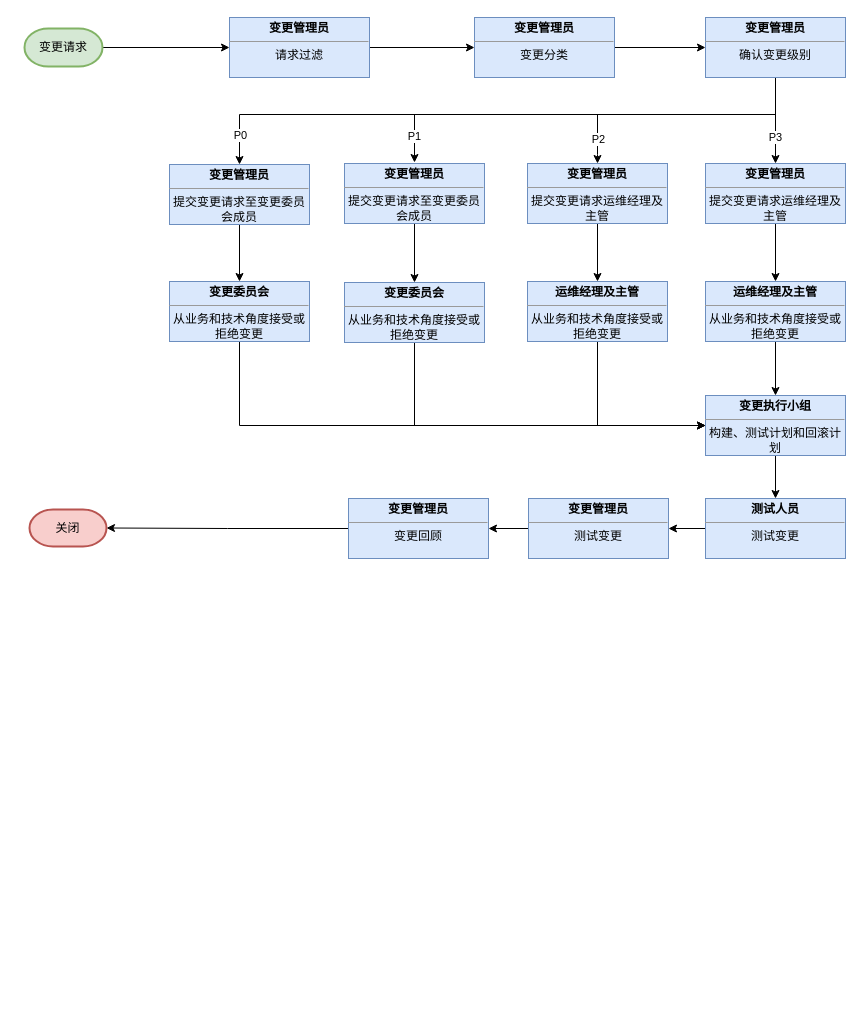
The draw.io diagram 变更.drawio in WilliamWanCN/WilliamWanCN.github.io, before the edit. Source tidied: cells renumbered, new cells numbered last; positions are measured from the earlier drawing's top-left corner, leaving out a move shared by most shapes. Both pictures are drawn from the tidied source at 100%, with x=0, y=0 at pixel (24, 17).
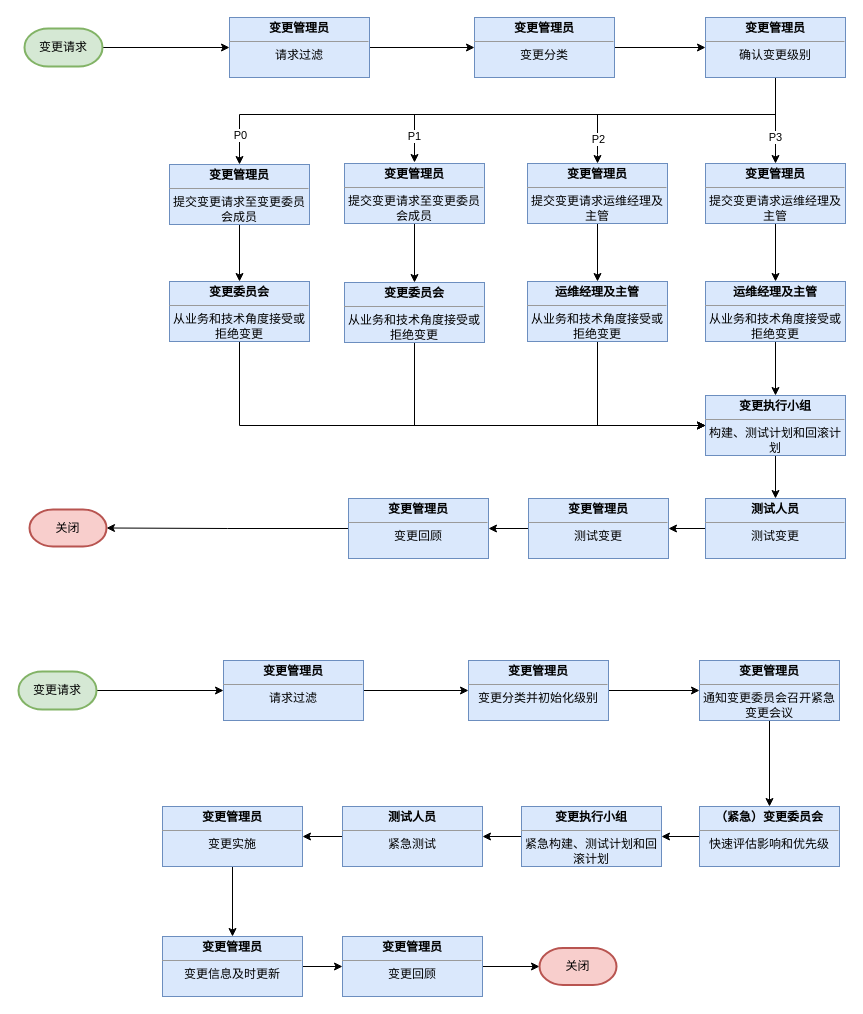
The same page after the edit.

Change to the diagram source:
```diff
@@
+    <mxCell id="42" style="edgeStyle=orthogonalEdgeStyle;rounded=0;jettySize=auto;html=1;exitX=1;exitY=0.5;exitDx=0;exitDy=0;exitPerimeter=0;entryX=0;entryY=0.5;entryDx=0;entryDy=0;" parent="1" edge="1" source="43" target="45">
+      <mxGeometry relative="1" as="geometry" />
+    </mxCell>
+    <mxCell id="43" value="变更请求" style="strokeWidth=2;html=1;shape=mxgraph.flowchart.terminator;whiteSpace=wrap;fillColor=#d5e8d4;strokeColor=#82b366;" parent="1" vertex="1">
+      <mxGeometry x="-6" y="654" width="78" height="38" as="geometry" />
+    </mxCell>
+    <mxCell id="44" style="edgeStyle=orthogonalEdgeStyle;rounded=0;jettySize=auto;html=1;exitX=1;exitY=0.5;exitDx=0;exitDy=0;entryX=0;entryY=0.5;entryDx=0;entryDy=0;" parent="1" edge="1" source="45" target="47">
+      <mxGeometry relative="1" as="geometry" />
+    </mxCell>
+    <mxCell id="45" value="&lt;p style=&quot;margin:0px;margin-top:4px;text-align:center;&quot;&gt;&lt;b&gt;变更管理员&lt;/b&gt;&lt;/p&gt;&lt;hr size=&quot;1&quot;&gt;&lt;div style=&quot;text-align: center; height: 2px;&quot;&gt;请求过滤&lt;/div&gt;" style="verticalAlign=top;align=left;overflow=fill;fontSize=12;fontFamily=Helvetica;html=1;whiteSpace=wrap;fillColor=#dae8fc;strokeColor=#6c8ebf;" parent="1" vertex="1">
+      <mxGeometry x="199" y="643" width="140" height="60" as="geometry" />
+    </mxCell>
+    <mxCell id="46" style="edgeStyle=orthogonalEdgeStyle;rounded=0;jettySize=auto;html=1;exitX=1;exitY=0.5;exitDx=0;exitDy=0;entryX=0;entryY=0.5;entryDx=0;entryDy=0;" parent="1" edge="1" source="47" target="49">
+      <mxGeometry relative="1" as="geometry" />
+    </mxCell>
+    <mxCell id="47" value="&lt;p style=&quot;margin:0px;margin-top:4px;text-align:center;&quot;&gt;&lt;b&gt;变更管理员&lt;/b&gt;&lt;/p&gt;&lt;hr size=&quot;1&quot;&gt;&lt;div style=&quot;text-align: center; height: 2px;&quot;&gt;变更分类并初始化级别&lt;/div&gt;" style="verticalAlign=top;align=left;overflow=fill;fontSize=12;fontFamily=Helvetica;html=1;whiteSpace=wrap;fillColor=#dae8fc;strokeColor=#6c8ebf;" parent="1" vertex="1">
+      <mxGeometry x="444" y="643" width="140" height="60" as="geometry" />
+    </mxCell>
+    <mxCell id="48" style="edgeStyle=orthogonalEdgeStyle;rounded=0;jettySize=auto;html=1;" parent="1" edge="1" source="49" target="51">
+      <mxGeometry relative="1" as="geometry" />
+    </mxCell>
+    <mxCell id="49" value="&lt;p style=&quot;margin:0px;margin-top:4px;text-align:center;&quot;&gt;&lt;b&gt;变更管理员&lt;/b&gt;&lt;/p&gt;&lt;hr size=&quot;1&quot;&gt;&lt;div style=&quot;text-align: center; height: 2px;&quot;&gt;通知变更委员会召开紧急变更会议&lt;/div&gt;" style="verticalAlign=top;align=left;overflow=fill;fontSize=12;fontFamily=Helvetica;html=1;whiteSpace=wrap;fillColor=#dae8fc;strokeColor=#6c8ebf;" parent="1" vertex="1">
+      <mxGeometry x="675" y="643" width="140" height="60" as="geometry" />
+    </mxCell>
+    <mxCell id="50" style="edgeStyle=orthogonalEdgeStyle;rounded=0;jettySize=auto;html=1;exitX=0;exitY=0.5;exitDx=0;exitDy=0;entryX=1;entryY=0.5;entryDx=0;entryDy=0;" parent="1" edge="1" source="51" target="53">
+      <mxGeometry relative="1" as="geometry" />
+    </mxCell>
+    <mxCell id="51" value="&lt;p style=&quot;margin:0px;margin-top:4px;text-align:center;&quot;&gt;&lt;b&gt;（紧急）变更委员会&lt;/b&gt;&lt;/p&gt;&lt;hr size=&quot;1&quot;&gt;&lt;div style=&quot;text-align: center; height: 2px;&quot;&gt;快速评估影响和优先级&lt;/div&gt;" style="verticalAlign=top;align=left;overflow=fill;fontSize=12;fontFamily=Helvetica;html=1;whiteSpace=wrap;fillColor=#dae8fc;strokeColor=#6c8ebf;" parent="1" vertex="1">
+      <mxGeometry x="675" y="789" width="140" height="60" as="geometry" />
+    </mxCell>
+    <mxCell id="52" style="edgeStyle=orthogonalEdgeStyle;rounded=0;jettySize=auto;html=1;exitX=0;exitY=0.5;exitDx=0;exitDy=0;entryX=1;entryY=0.5;entryDx=0;entryDy=0;" parent="1" edge="1" source="53" target="57">
+      <mxGeometry relative="1" as="geometry" />
+    </mxCell>
+    <mxCell id="53" value="&lt;p style=&quot;margin:0px;margin-top:4px;text-align:center;&quot;&gt;&lt;b&gt;变更执行小组&lt;/b&gt;&lt;/p&gt;&lt;hr size=&quot;1&quot;&gt;&lt;div style=&quot;text-align: center; height: 2px;&quot;&gt;紧急构建、测试计划和回滚计划&lt;br&gt;&lt;/div&gt;" style="verticalAlign=top;align=left;overflow=fill;fontSize=12;fontFamily=Helvetica;html=1;whiteSpace=wrap;fillColor=#dae8fc;strokeColor=#6c8ebf;" parent="1" vertex="1">
+      <mxGeometry x="497" y="789" width="140" height="60" as="geometry" />
+    </mxCell>
+    <mxCell id="54" style="edgeStyle=orthogonalEdgeStyle;rounded=0;jettySize=auto;html=1;exitX=0.5;exitY=1;exitDx=0;exitDy=0;entryX=0.5;entryY=0;entryDx=0;entryDy=0;" parent="1" edge="1" source="55" target="59">
+      <mxGeometry relative="1" as="geometry" />
+    </mxCell>
+    <mxCell id="55" value="&lt;p style=&quot;margin:0px;margin-top:4px;text-align:center;&quot;&gt;&lt;b&gt;变更管理员&lt;/b&gt;&lt;/p&gt;&lt;hr size=&quot;1&quot;&gt;&lt;div style=&quot;text-align: center; height: 2px;&quot;&gt;变更实施&lt;/div&gt;" style="verticalAlign=top;align=left;overflow=fill;fontSize=12;fontFamily=Helvetica;html=1;whiteSpace=wrap;fillColor=#dae8fc;strokeColor=#6c8ebf;" parent="1" vertex="1">
+      <mxGeometry x="138" y="789" width="140" height="60" as="geometry" />
+    </mxCell>
+    <mxCell id="56" style="edgeStyle=orthogonalEdgeStyle;rounded=0;jettySize=auto;html=1;exitX=0;exitY=0.5;exitDx=0;exitDy=0;entryX=1;entryY=0.5;entryDx=0;entryDy=0;" parent="1" edge="1" source="57" target="55">
+      <mxGeometry relative="1" as="geometry" />
+    </mxCell>
+    <mxCell id="57" value="&lt;p style=&quot;margin:0px;margin-top:4px;text-align:center;&quot;&gt;&lt;b&gt;测试人员&lt;/b&gt;&lt;/p&gt;&lt;hr size=&quot;1&quot;&gt;&lt;div style=&quot;text-align: center; height: 2px;&quot;&gt;紧急测试&lt;/div&gt;" style="verticalAlign=top;align=left;overflow=fill;fontSize=12;fontFamily=Helvetica;html=1;whiteSpace=wrap;fillColor=#dae8fc;strokeColor=#6c8ebf;" parent="1" vertex="1">
+      <mxGeometry x="318" y="789" width="140" height="60" as="geometry" />
+    </mxCell>
+    <mxCell id="58" style="edgeStyle=orthogonalEdgeStyle;rounded=0;jettySize=auto;html=1;exitX=1;exitY=0.5;exitDx=0;exitDy=0;entryX=0;entryY=0.5;entryDx=0;entryDy=0;" parent="1" edge="1" source="59" target="61">
+      <mxGeometry relative="1" as="geometry" />
+    </mxCell>
+    <mxCell id="59" value="&lt;p style=&quot;margin:0px;margin-top:4px;text-align:center;&quot;&gt;&lt;b&gt;变更管理员&lt;/b&gt;&lt;/p&gt;&lt;hr size=&quot;1&quot;&gt;&lt;div style=&quot;text-align: center; height: 2px;&quot;&gt;变更信息及时更新&lt;/div&gt;" style="verticalAlign=top;align=left;overflow=fill;fontSize=12;fontFamily=Helvetica;html=1;whiteSpace=wrap;fillColor=#dae8fc;strokeColor=#6c8ebf;" parent="1" vertex="1">
+      <mxGeometry x="138" y="919" width="140" height="60" as="geometry" />
+    </mxCell>
+    <mxCell id="60" style="edgeStyle=orthogonalEdgeStyle;rounded=0;jettySize=auto;html=1;exitX=1;exitY=0.5;exitDx=0;exitDy=0;" parent="1" edge="1" source="61" target="62">
+      <mxGeometry relative="1" as="geometry" />
+    </mxCell>
+    <mxCell id="61" value="&lt;p style=&quot;margin:0px;margin-top:4px;text-align:center;&quot;&gt;&lt;b&gt;变更管理员&lt;/b&gt;&lt;/p&gt;&lt;hr size=&quot;1&quot;&gt;&lt;div style=&quot;text-align: center; height: 2px;&quot;&gt;变更回顾&lt;/div&gt;" style="verticalAlign=top;align=left;overflow=fill;fontSize=12;fontFamily=Helvetica;html=1;whiteSpace=wrap;fillColor=#dae8fc;strokeColor=#6c8ebf;" parent="1" vertex="1">
+      <mxGeometry x="318" y="919" width="140" height="60" as="geometry" />
+    </mxCell>
+    <mxCell id="62" value="关闭" style="strokeWidth=2;html=1;shape=mxgraph.flowchart.terminator;whiteSpace=wrap;fillColor=#f8cecc;strokeColor=#b85450;" parent="1" vertex="1">
+      <mxGeometry x="515" y="930.5" width="77" height="37" as="geometry" />
+    </mxCell>
```
